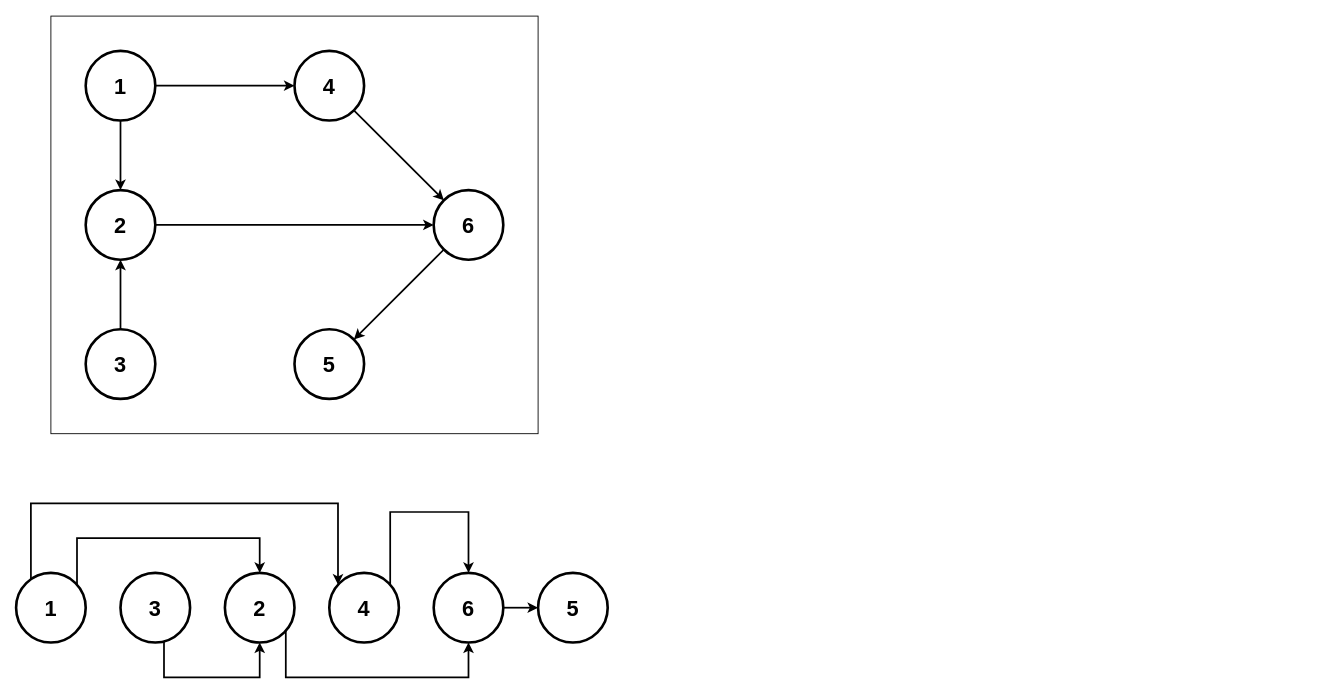
Above: HomeWork019/pictures/digraph.drawio in BeliaevAndrey/OtusHomeworks (draw.io), before the change. Source tidied: cells renumbered, new cells numbered last; positions are measured from the earlier drawing's top-left corner, leaving out a move shared by most shapes. Both pictures are drawn from the tidied source at 87%, with x=0, y=0 at pixel (16, 16).
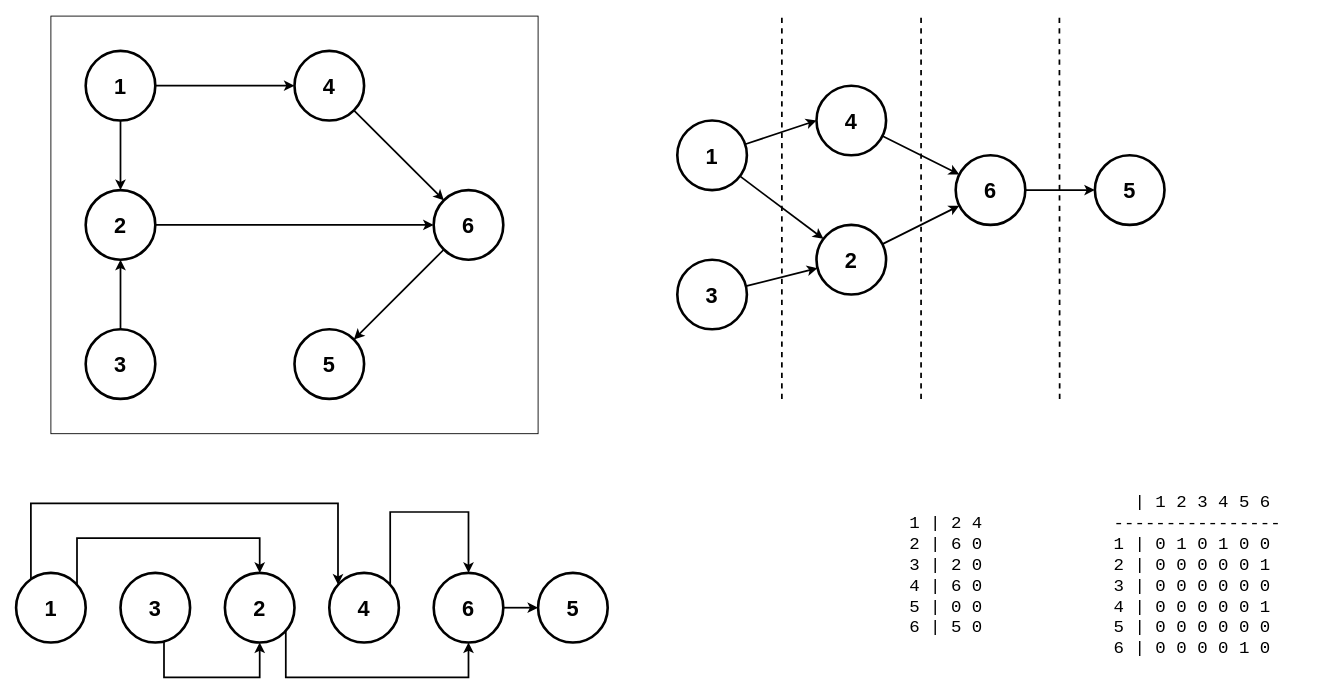
The same page after the edit.

What changed in the source:
```diff
@@
+    <mxCell id="27" style="rounded=0;jettySize=auto;html=1;entryX=0;entryY=0.5;entryDx=0;entryDy=0;strokeWidth=2;" parent="1" edge="1" source="29" target="34">
+      <mxGeometry relative="1" as="geometry" />
+    </mxCell>
+    <mxCell id="28" style="rounded=0;jettySize=auto;html=1;strokeWidth=2;" parent="1" edge="1" source="29" target="37">
+      <mxGeometry relative="1" as="geometry" />
+    </mxCell>
+    <mxCell id="29" value="1" style="ellipse;whiteSpace=wrap;html=1;fontSize=25;strokeWidth=3;fontStyle=1;" parent="1" vertex="1">
+      <mxGeometry x="760" y="120" width="80" height="80" as="geometry" />
+    </mxCell>
+    <mxCell id="30" style="rounded=0;jettySize=auto;html=1;strokeWidth=2;" parent="1" edge="1" source="31" target="37">
+      <mxGeometry relative="1" as="geometry" />
+    </mxCell>
+    <mxCell id="31" value="3" style="ellipse;whiteSpace=wrap;html=1;fontSize=25;strokeWidth=3;fontStyle=1;" parent="1" vertex="1">
+      <mxGeometry x="760" y="280" width="80" height="80" as="geometry" />
+    </mxCell>
+    <mxCell id="32" value="5" style="ellipse;whiteSpace=wrap;html=1;fontSize=25;strokeWidth=3;fontStyle=1;" parent="1" vertex="1">
+      <mxGeometry x="1240" y="160" width="80" height="80" as="geometry" />
+    </mxCell>
+    <mxCell id="33" style="rounded=0;jettySize=auto;html=1;strokeWidth=2;" parent="1" edge="1" source="34" target="35">
+      <mxGeometry relative="1" as="geometry" />
+    </mxCell>
+    <mxCell id="34" value="4" style="ellipse;whiteSpace=wrap;html=1;fontSize=25;strokeWidth=3;fontStyle=1;" parent="1" vertex="1">
+      <mxGeometry x="920" y="80" width="80" height="80" as="geometry" />
+    </mxCell>
+    <mxCell id="35" value="6" style="ellipse;whiteSpace=wrap;html=1;fontSize=25;strokeWidth=3;fontStyle=1;" parent="1" vertex="1">
+      <mxGeometry x="1080" y="160" width="80" height="80" as="geometry" />
+    </mxCell>
+    <mxCell id="36" style="rounded=0;jettySize=auto;html=1;strokeWidth=2;" parent="1" edge="1" source="37" target="35">
+      <mxGeometry relative="1" as="geometry" />
+    </mxCell>
+    <mxCell id="37" value="2" style="ellipse;whiteSpace=wrap;html=1;fontSize=25;strokeWidth=3;fontStyle=1;" parent="1" vertex="1">
+      <mxGeometry x="920" y="240" width="80" height="80" as="geometry" />
+    </mxCell>
+    <mxCell id="38" style="rounded=0;jettySize=auto;html=1;strokeWidth=2;" parent="1" edge="1" source="35" target="32">
+      <mxGeometry relative="1" as="geometry" />
+    </mxCell>
+    <mxCell id="39" value="1 | 2 4&lt;div&gt;2 | 6 0&lt;/div&gt;&lt;div&gt;3 | 2 0&lt;/div&gt;&lt;div&gt;4 | 6 0&lt;/div&gt;&lt;div&gt;5 | 0 0&lt;/div&gt;&lt;div&gt;6 | 5 0&lt;/div&gt;" style="text;html=1;align=left;verticalAlign=middle;strokeColor=none;fillColor=none;fontFamily=Courier New;fontSize=20;" parent="1" vertex="1">
+      <mxGeometry x="1025" y="563" width="110" height="160" as="geometry" />
+    </mxCell>
+    <mxCell id="40" value="&lt;div&gt;&amp;nbsp; | 1 2 3 4 5 6&lt;/div&gt;&lt;div&gt;----------------&lt;/div&gt;1 | 0 1 0 1 0 0&lt;div&gt;2 | 0 0 0 0 0 1&lt;/div&gt;&lt;div&gt;3 | 0 0 0 0 0 0&lt;/div&gt;&lt;div&gt;4 | 0 0 0 0 0 1&lt;/div&gt;&lt;div&gt;5 | 0 0 0 0 0 0&lt;/div&gt;&lt;div&gt;6 | 0 0 0 0 1 0&lt;/div&gt;" style="text;html=1;align=left;verticalAlign=middle;strokeColor=none;fillColor=none;fontFamily=Courier New;fontSize=20;" parent="1" vertex="1">
+      <mxGeometry x="1260" y="538" width="220" height="210" as="geometry" />
+    </mxCell>
+    <mxCell id="41" style="endArrow=none;dashed=1;html=1;strokeWidth=2;rounded=0;" parent="1" edge="1">
+      <mxGeometry relative="1" as="geometry">
+        <mxPoint x="880.2" y="440" as="sourcePoint" />
+        <mxPoint x="880.2" as="targetPoint" />
+      </mxGeometry>
+    </mxCell>
+    <mxCell id="42" style="endArrow=none;dashed=1;html=1;strokeWidth=2;rounded=0;" parent="1" edge="1">
+      <mxGeometry relative="1" as="geometry">
+        <mxPoint x="1040.2" y="440" as="sourcePoint" />
+        <mxPoint x="1040.2" as="targetPoint" />
+      </mxGeometry>
+    </mxCell>
+    <mxCell id="43" style="endArrow=none;dashed=1;html=1;strokeWidth=2;rounded=0;" parent="1" edge="1">
+      <mxGeometry relative="1" as="geometry">
+        <mxPoint x="1199.5" y="440" as="sourcePoint" />
+        <mxPoint x="1199.2" as="targetPoint" />
+      </mxGeometry>
+    </mxCell>
```
